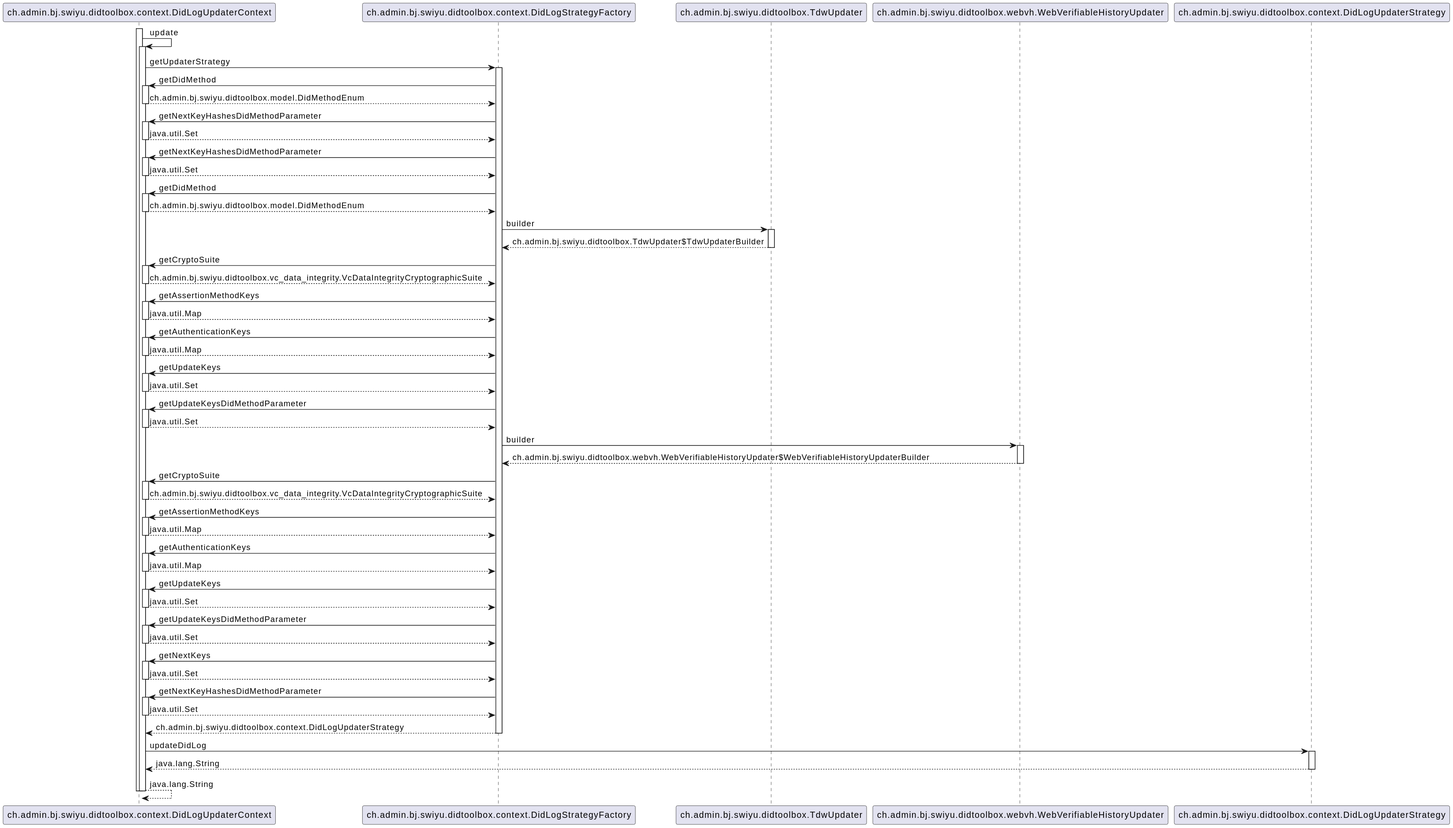
swiyu-admin-ch/didtoolbox-java keeps this PlantUML diagram as src/main/plantuml/DidLogUpdaterContext-update.svg. Above is the earlier version.
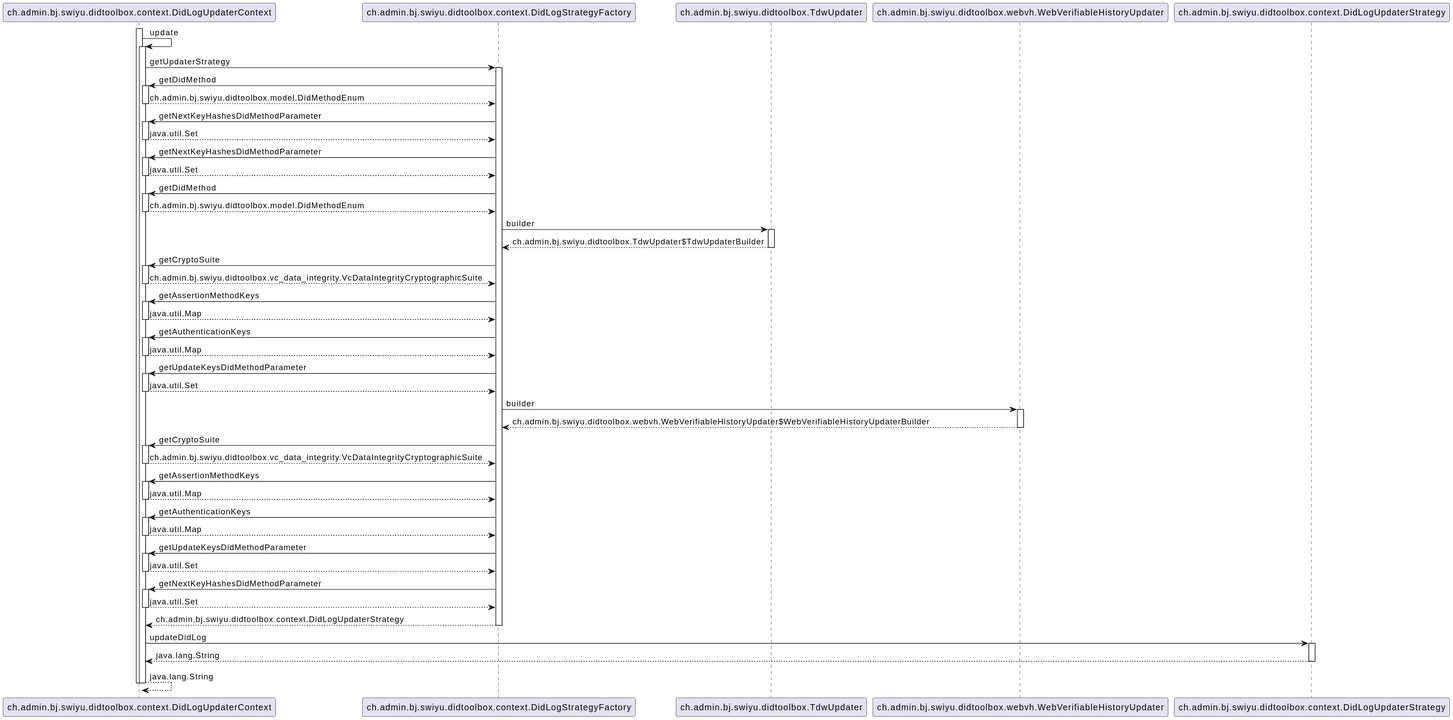
The same diagram one commit later.

Diff of the diagram source:
```diff
@@ -42,10 +42,6 @@
 			activate ch.admin.bj.swiyu.didtoolbox.context.DidLogUpdaterContext
 				ch.admin.bj.swiyu.didtoolbox.context.DidLogUpdaterContext --> ch.admin.bj.swiyu.didtoolbox.context.DidLogStrategyFactory : java.util.Map
 			deactivate ch.admin.bj.swiyu.didtoolbox.context.DidLogUpdaterContext
-			ch.admin.bj.swiyu.didtoolbox.context.DidLogStrategyFactory -> ch.admin.bj.swiyu.didtoolbox.context.DidLogUpdaterContext : getUpdateKeys
-			activate ch.admin.bj.swiyu.didtoolbox.context.DidLogUpdaterContext
-				ch.admin.bj.swiyu.didtoolbox.context.DidLogUpdaterContext --> ch.admin.bj.swiyu.didtoolbox.context.DidLogStrategyFactory : java.util.Set
-			deactivate ch.admin.bj.swiyu.didtoolbox.context.DidLogUpdaterContext
 			ch.admin.bj.swiyu.didtoolbox.context.DidLogStrategyFactory -> ch.admin.bj.swiyu.didtoolbox.context.DidLogUpdaterContext : getUpdateKeysDidMethodParameter
 			activate ch.admin.bj.swiyu.didtoolbox.context.DidLogUpdaterContext
 				ch.admin.bj.swiyu.didtoolbox.context.DidLogUpdaterContext --> ch.admin.bj.swiyu.didtoolbox.context.DidLogStrategyFactory : java.util.Set
@@ -66,15 +62,7 @@
 			activate ch.admin.bj.swiyu.didtoolbox.context.DidLogUpdaterContext
 				ch.admin.bj.swiyu.didtoolbox.context.DidLogUpdaterContext --> ch.admin.bj.swiyu.didtoolbox.context.DidLogStrategyFactory : java.util.Map
 			deactivate ch.admin.bj.swiyu.didtoolbox.context.DidLogUpdaterContext
-			ch.admin.bj.swiyu.didtoolbox.context.DidLogStrategyFactory -> ch.admin.bj.swiyu.didtoolbox.context.DidLogUpdaterContext : getUpdateKeys
-			activate ch.admin.bj.swiyu.didtoolbox.context.DidLogUpdaterContext
-				ch.admin.bj.swiyu.didtoolbox.context.DidLogUpdaterContext --> ch.admin.bj.swiyu.didtoolbox.context.DidLogStrategyFactory : java.util.Set
-			deactivate ch.admin.bj.swiyu.didtoolbox.context.DidLogUpdaterContext
 			ch.admin.bj.swiyu.didtoolbox.context.DidLogStrategyFactory -> ch.admin.bj.swiyu.didtoolbox.context.DidLogUpdaterContext : getUpdateKeysDidMethodParameter
-			activate ch.admin.bj.swiyu.didtoolbox.context.DidLogUpdaterContext
-				ch.admin.bj.swiyu.didtoolbox.context.DidLogUpdaterContext --> ch.admin.bj.swiyu.didtoolbox.context.DidLogStrategyFactory : java.util.Set
-			deactivate ch.admin.bj.swiyu.didtoolbox.context.DidLogUpdaterContext
-			ch.admin.bj.swiyu.didtoolbox.context.DidLogStrategyFactory -> ch.admin.bj.swiyu.didtoolbox.context.DidLogUpdaterContext : getNextKeys
 			activate ch.admin.bj.swiyu.didtoolbox.context.DidLogUpdaterContext
 				ch.admin.bj.swiyu.didtoolbox.context.DidLogUpdaterContext --> ch.admin.bj.swiyu.didtoolbox.context.DidLogStrategyFactory : java.util.Set
 			deactivate ch.admin.bj.swiyu.didtoolbox.context.DidLogUpdaterContext
```
